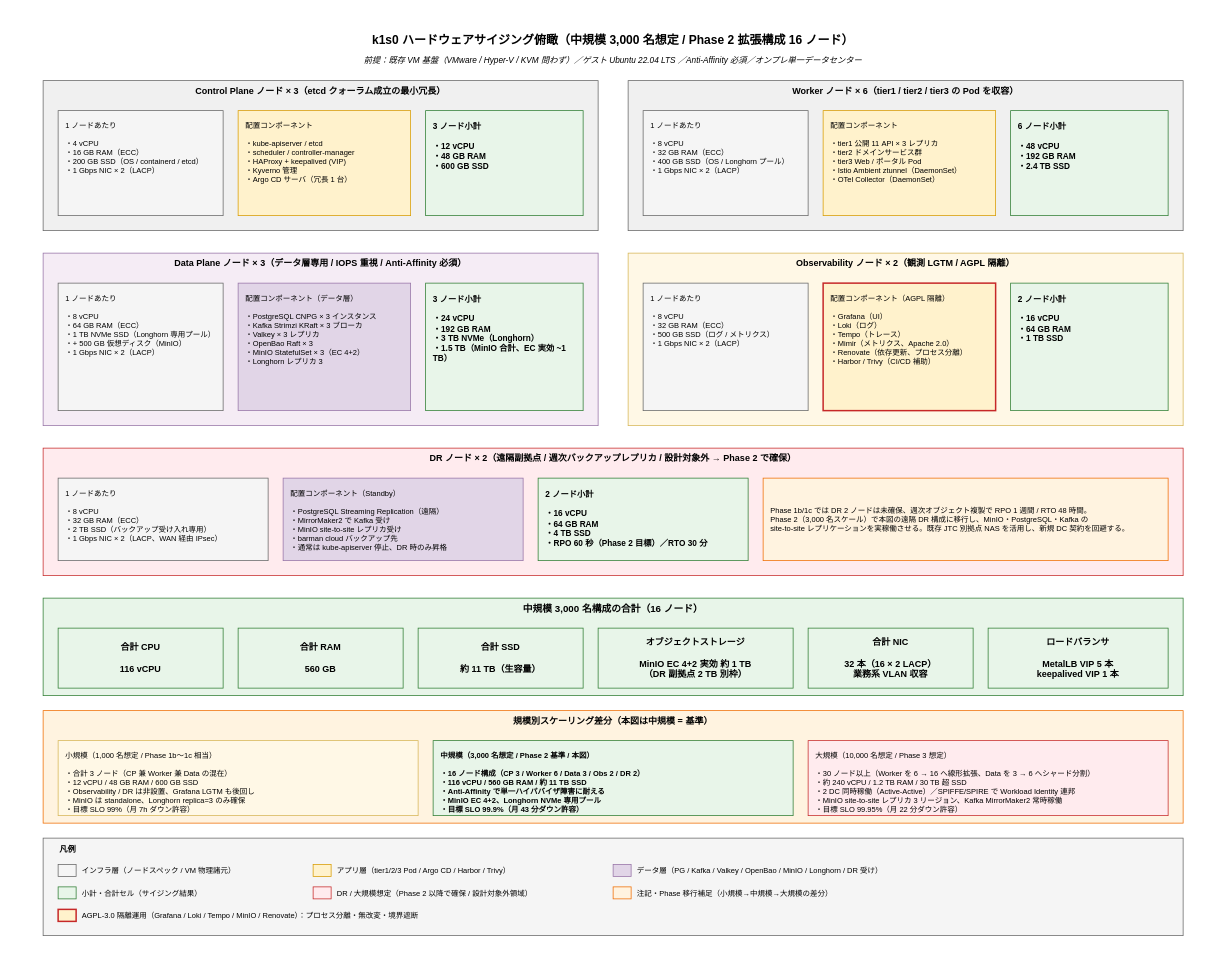
Above: docs/04_概要設計/10_システム方式設計/img/HWサイジング俯瞰.drawio in RyuheiKiso/k1s0 (draw.io), before the change. Source tidied: cells renumbered, new cells numbered last; positions are measured from the earlier drawing's top-left corner, leaving out a move shared by most shapes. Both pictures are drawn from the tidied source at 75%, with x=0, y=0 at pixel (13, 13).
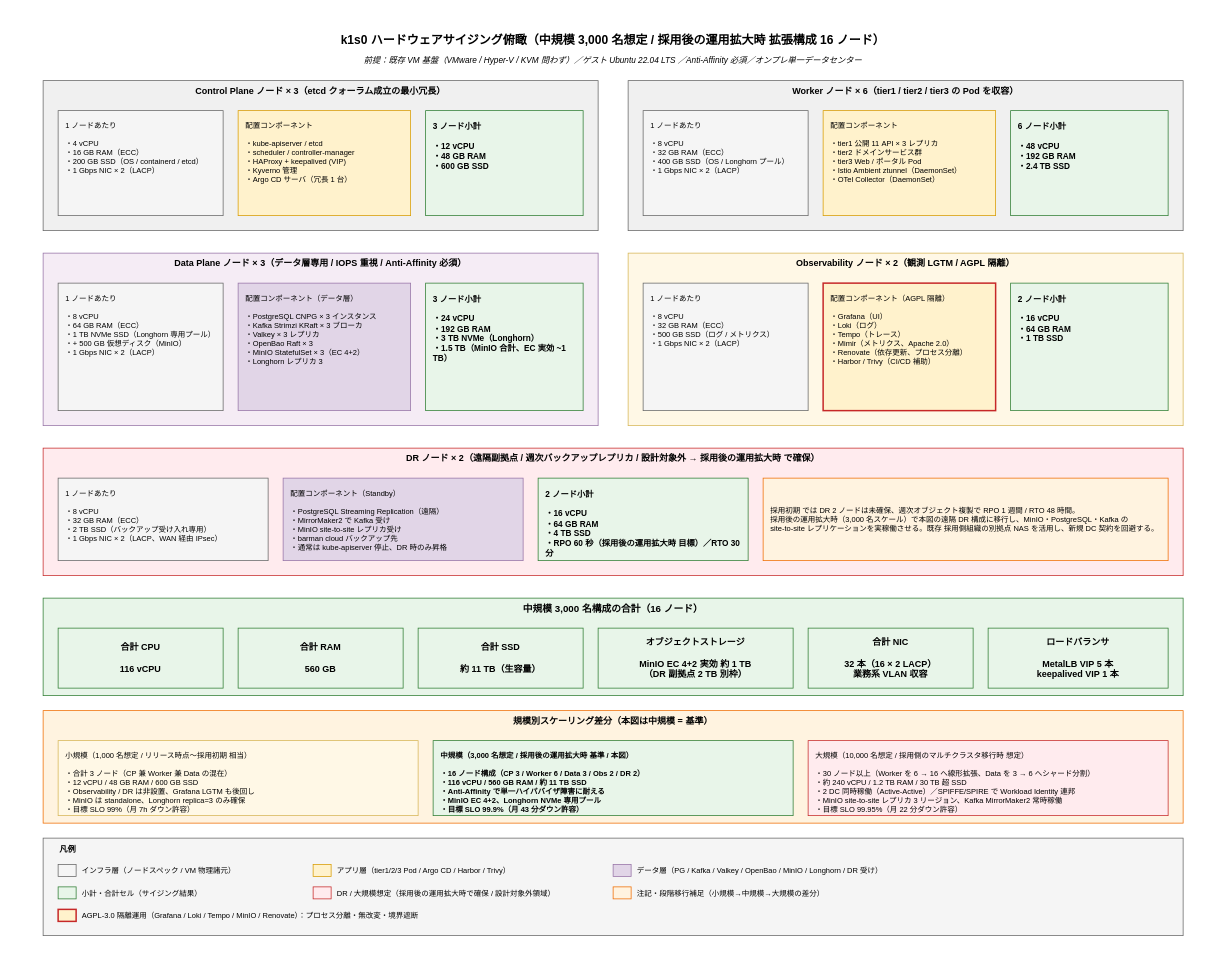
The same page after the edit.

What changed in the source:
```diff
@@
-    <mxCell id="3" value="k1s0 ハードウェアサイジング俯瞰（中規模 3,000 名想定 / Phase 2 拡張構成 16 ノード）" style="text;html=1;strokeColor=none;fillColor=none;align=center;verticalAlign=middle;whiteSpace=wrap;fontSize=16;fontStyle=1;" parent="1" vertex="1">
+    <mxCell id="3" value="k1s0 ハードウェアサイジング俯瞰（中規模 3,000 名想定 / 採用後の運用拡大時 拡張構成 16 ノード）" style="text;html=1;strokeColor=none;fillColor=none;align=center;verticalAlign=middle;whiteSpace=wrap;fontSize=16;fontStyle=1;" parent="1" vertex="1">
       <mxGeometry x="40" y="20" width="1520" height="30" as="geometry" />
     </mxCell>
@@
-    <mxCell id="21" value="DR ノード × 2（遠隔副拠点 / 週次バックアップレプリカ / 設計対象外 → Phase 2 で確保）" style="rounded=0;whiteSpace=wrap;html=1;fillColor=#ffebee;strokeColor=#c62828;verticalAlign=top;fontStyle=1;fontSize=12;" parent="1" vertex="1">
+    <mxCell id="21" value="DR ノード × 2（遠隔副拠点 / 週次バックアップレプリカ / 設計対象外 → 採用後の運用拡大時 で確保）" style="rounded=0;whiteSpace=wrap;html=1;fillColor=#ffebee;strokeColor=#c62828;verticalAlign=top;fontStyle=1;fontSize=12;" parent="1" vertex="1">
       <mxGeometry x="40" y="580" width="1520" height="170" as="geometry" />
     </mxCell>
@@
-    <mxCell id="24" value="2 ノード小計&#10;&#10;・16 vCPU&#10;・64 GB RAM&#10;・4 TB SSD&#10;・RPO 60 秒（Phase 2 目標）／RTO 30 分" style="rounded=0;whiteSpace=wrap;html=1;fillColor=#e8f5e9;strokeColor=#2e7d32;fontSize=11;fontStyle=1;align=left;verticalAlign=top;spacingLeft=8;spacingTop=8;" parent="1" vertex="1">
+    <mxCell id="24" value="2 ノード小計&#10;&#10;・16 vCPU&#10;・64 GB RAM&#10;・4 TB SSD&#10;・RPO 60 秒（採用後の運用拡大時 目標）／RTO 30 分" style="rounded=0;whiteSpace=wrap;html=1;fillColor=#e8f5e9;strokeColor=#2e7d32;fontSize=11;fontStyle=1;align=left;verticalAlign=top;spacingLeft=8;spacingTop=8;" parent="1" vertex="1">
       <mxGeometry x="700" y="620" width="280" height="110" as="geometry" />
     </mxCell>
-    <mxCell id="25" value="Phase 1b/1c では DR 2 ノードは未確保、週次オブジェクト複製で RPO 1 週間 / RTO 48 時間。&#10;Phase 2（3,000 名スケール）で本図の遠隔 DR 構成に移行し、MinIO・PostgreSQL・Kafka の&#10;site-to-site レプリケーションを実稼働させる。既存 JTC 別拠点 NAS を活用し、新規 DC 契約を回避する。" style="rounded=0;whiteSpace=wrap;html=1;fillColor=#fff3e0;strokeColor=#ef6c00;fontSize=10;align=left;verticalAlign=middle;spacingLeft=8;" parent="1" vertex="1">
+    <mxCell id="25" value="採用初期 では DR 2 ノードは未確保、週次オブジェクト複製で RPO 1 週間 / RTO 48 時間。&#10;採用後の運用拡大時（3,000 名スケール）で本図の遠隔 DR 構成に移行し、MinIO・PostgreSQL・Kafka の&#10;site-to-site レプリケーションを実稼働させる。既存 採用側組織の別拠点 NAS を活用し、新規 DC 契約を回避する。" style="rounded=0;whiteSpace=wrap;html=1;fillColor=#fff3e0;strokeColor=#ef6c00;fontSize=10;align=left;verticalAlign=middle;spacingLeft=8;" parent="1" vertex="1">
       <mxGeometry x="1000" y="620" width="540" height="110" as="geometry" />
     </mxCell>
@@
-    <mxCell id="34" value="小規模（1,000 名想定 / Phase 1b〜1c 相当）&#10;&#10;・合計 3 ノード（CP 兼 Worker 兼 Data の混在）&#10;・12 vCPU / 48 GB RAM / 600 GB SSD&#10;・Observability / DR は非設置、Grafana LGTM も後回し&#10;・MinIO は standalone、Longhorn replica=3 のみ確保&#10;・目標 SLO 99%（月 7h ダウン許容）" style="rounded=0;whiteSpace=wrap;html=1;fillColor=#fff8e6;strokeColor=#d6b656;fontSize=10;align=left;verticalAlign=top;spacingLeft=8;spacingTop=8;" parent="1" vertex="1">
+    <mxCell id="34" value="小規模（1,000 名想定 / リリース時点〜採用初期 相当）&#10;&#10;・合計 3 ノード（CP 兼 Worker 兼 Data の混在）&#10;・12 vCPU / 48 GB RAM / 600 GB SSD&#10;・Observability / DR は非設置、Grafana LGTM も後回し&#10;・MinIO は standalone、Longhorn replica=3 のみ確保&#10;・目標 SLO 99%（月 7h ダウン許容）" style="rounded=0;whiteSpace=wrap;html=1;fillColor=#fff8e6;strokeColor=#d6b656;fontSize=10;align=left;verticalAlign=top;spacingLeft=8;spacingTop=8;" parent="1" vertex="1">
       <mxGeometry x="60" y="970" width="480" height="100" as="geometry" />
     </mxCell>
-    <mxCell id="35" value="中規模（3,000 名想定 / Phase 2 基準 / 本図）&#10;&#10;・16 ノード構成（CP 3 / Worker 6 / Data 3 / Obs 2 / DR 2）&#10;・116 vCPU / 560 GB RAM / 約 11 TB SSD&#10;・Anti-Affinity で単一ハイパバイザ障害に耐える&#10;・MinIO EC 4+2、Longhorn NVMe 専用プール&#10;・目標 SLO 99.9%（月 43 分ダウン許容）" style="rounded=0;whiteSpace=wrap;html=1;fillColor=#e8f5e9;strokeColor=#2e7d32;fontSize=10;align=left;verticalAlign=top;spacingLeft=8;spacingTop=8;fontStyle=1;" parent="1" vertex="1">
+    <mxCell id="35" value="中規模（3,000 名想定 / 採用後の運用拡大時 基準 / 本図）&#10;&#10;・16 ノード構成（CP 3 / Worker 6 / Data 3 / Obs 2 / DR 2）&#10;・116 vCPU / 560 GB RAM / 約 11 TB SSD&#10;・Anti-Affinity で単一ハイパバイザ障害に耐える&#10;・MinIO EC 4+2、Longhorn NVMe 専用プール&#10;・目標 SLO 99.9%（月 43 分ダウン許容）" style="rounded=0;whiteSpace=wrap;html=1;fillColor=#e8f5e9;strokeColor=#2e7d32;fontSize=10;align=left;verticalAlign=top;spacingLeft=8;spacingTop=8;fontStyle=1;" parent="1" vertex="1">
       <mxGeometry x="560" y="970" width="480" height="100" as="geometry" />
     </mxCell>
-    <mxCell id="36" value="大規模（10,000 名想定 / Phase 3 想定）&#10;&#10;・30 ノード以上（Worker を 6 → 16 へ線形拡張、Data を 3 → 6 へシャード分割）&#10;・約 240 vCPU / 1.2 TB RAM / 30 TB 超 SSD&#10;・2 DC 同時稼働（Active-Active）／SPIFFE/SPIRE で Workload Identity 連邦&#10;・MinIO site-to-site レプリカ 3 リージョン、Kafka MirrorMaker2 常時稼働&#10;・目標 SLO 99.95%（月 22 分ダウン許容）" style="rounded=0;whiteSpace=wrap;html=1;fillColor=#ffebee;strokeColor=#c62828;fontSize=10;align=left;verticalAlign=top;spacingLeft=8;spacingTop=8;" parent="1" vertex="1">
+    <mxCell id="36" value="大規模（10,000 名想定 / 採用側のマルチクラスタ移行時 想定）&#10;&#10;・30 ノード以上（Worker を 6 → 16 へ線形拡張、Data を 3 → 6 へシャード分割）&#10;・約 240 vCPU / 1.2 TB RAM / 30 TB 超 SSD&#10;・2 DC 同時稼働（Active-Active）／SPIFFE/SPIRE で Workload Identity 連邦&#10;・MinIO site-to-site レプリカ 3 リージョン、Kafka MirrorMaker2 常時稼働&#10;・目標 SLO 99.95%（月 22 分ダウン許容）" style="rounded=0;whiteSpace=wrap;html=1;fillColor=#ffebee;strokeColor=#c62828;fontSize=10;align=left;verticalAlign=top;spacingLeft=8;spacingTop=8;" parent="1" vertex="1">
       <mxGeometry x="1060" y="970" width="480" height="100" as="geometry" />
     </mxCell>
@@
-    <mxCell id="48" value="DR / 大規模想定（Phase 2 以降で確保 / 設計対象外領域）" style="text;html=1;strokeColor=none;fillColor=none;align=left;verticalAlign=middle;whiteSpace=wrap;fontSize=10;" parent="1" vertex="1">
+    <mxCell id="48" value="DR / 大規模想定（採用後の運用拡大時で確保 / 設計対象外領域）" style="text;html=1;strokeColor=none;fillColor=none;align=left;verticalAlign=middle;whiteSpace=wrap;fontSize=10;" parent="1" vertex="1">
       <mxGeometry x="430" y="1163" width="380" height="20" as="geometry" />
     </mxCell>
@@
-    <mxCell id="50" value="注記・Phase 移行補足（小規模→中規模→大規模の差分）" style="text;html=1;strokeColor=none;fillColor=none;align=left;verticalAlign=middle;whiteSpace=wrap;fontSize=10;" parent="1" vertex="1">
+    <mxCell id="50" value="注記・段階移行補足（小規模→中規模→大規模の差分）" style="text;html=1;strokeColor=none;fillColor=none;align=left;verticalAlign=middle;whiteSpace=wrap;fontSize=10;" parent="1" vertex="1">
       <mxGeometry x="830" y="1163" width="360" height="20" as="geometry" />
     </mxCell>
```
